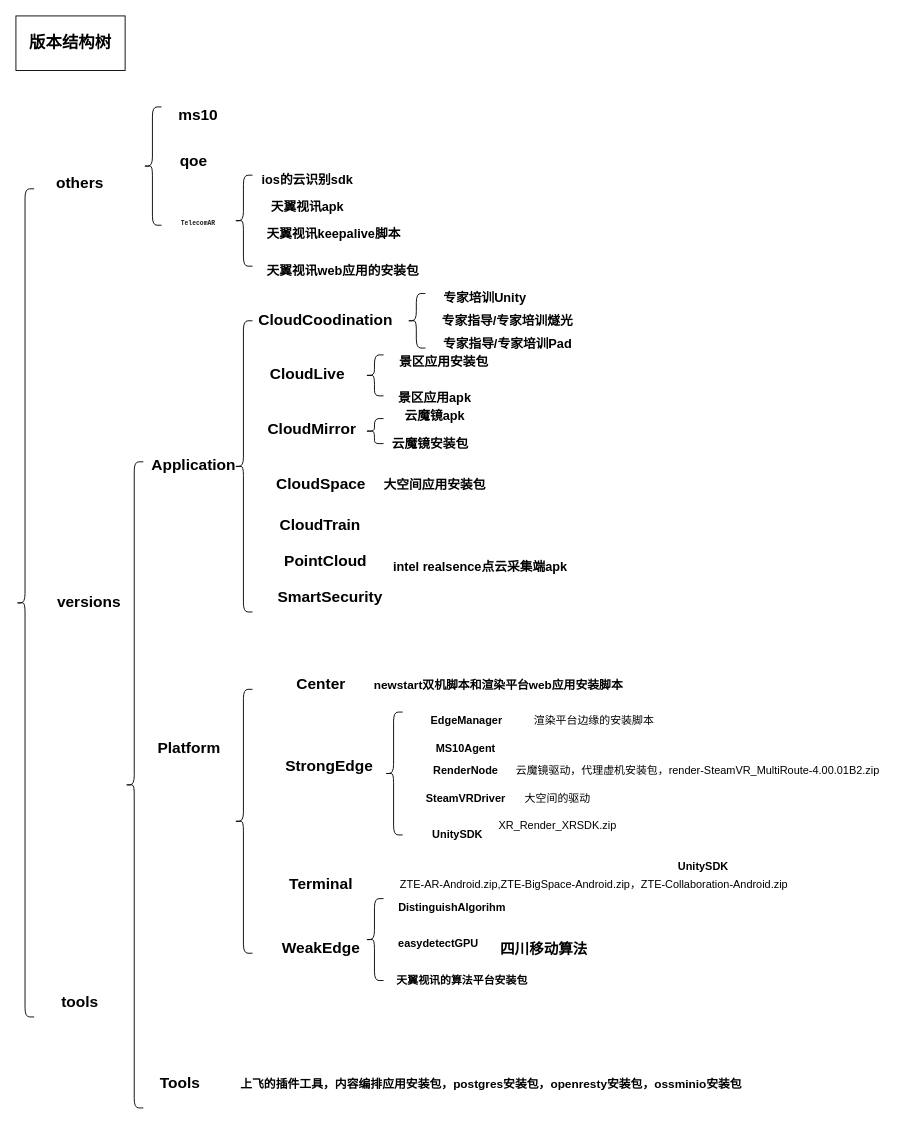
Earlier version of the draw.io diagram page "Page-1" (1 of 2) of Untitled Diagram.drawio (xiaoyuanwu123/notes). Source tidied: cells renumbered, new cells numbered last; positions are measured from the earlier drawing's top-left corner, leaving out a move shared by most shapes. Both pictures are drawn from the tidied source at 91%, with x=0, y=0 at pixel (15, 15).
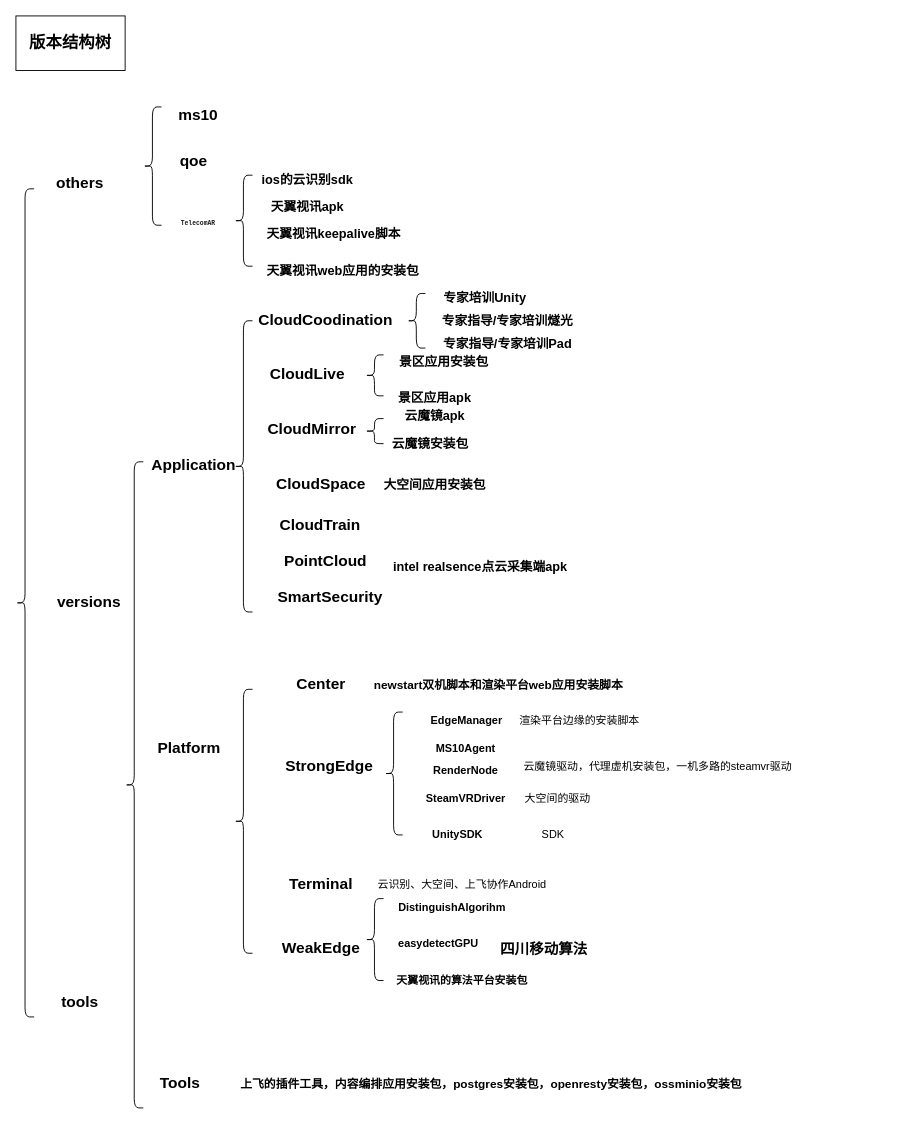
After the change.

Commit message:
版本包的机构图.drawio

What changed in the source:
```diff
@@
     <mxCell id="53" value="渲染平台边缘的安装脚本" style="text;html=1;align=center;verticalAlign=middle;fillColor=none;strokeColor=none;rounded=0;fontStyle=0;fontSize=12;" parent="1" vertex="1">
-      <mxGeometry x="560" y="765" width="150" height="20" as="geometry" />
+      <mxGeometry x="544" y="765" width="150" height="20" as="geometry" />
     </mxCell>
-    <mxCell id="54" value="云魔镜驱动，代理虚机安装包，render-SteamVR_MultiRoute-4.00.01B2.zip" style="text;html=1;align=center;verticalAlign=middle;fillColor=none;strokeColor=none;rounded=0;fontStyle=0;fontSize=12;" parent="1" vertex="1">
-      <mxGeometry x="544" y="820" width="410" height="20" as="geometry" />
+    <mxCell id="54" value="云魔镜驱动，代理虚机安装包，一机多路的steamvr驱动" style="text;html=1;align=center;verticalAlign=middle;fillColor=none;strokeColor=none;rounded=0;fontStyle=0;fontSize=12;" parent="1" vertex="1">
+      <mxGeometry x="550" y="815" width="310" height="20" as="geometry" />
     </mxCell>
@@
-    <mxCell id="56" value="XR_Render_XRSDK.zip" style="text;html=1;align=center;verticalAlign=middle;fillColor=none;strokeColor=none;rounded=0;fontStyle=0;fontSize=12;" parent="1" vertex="1">
-      <mxGeometry x="525" y="880" width="140" height="20" as="geometry" />
+    <mxCell id="56" value="SDK" style="text;html=1;align=center;verticalAlign=middle;fillColor=none;strokeColor=none;rounded=0;fontStyle=0;fontSize=12;" parent="1" vertex="1">
+      <mxGeometry x="570" y="890" width="40" height="20" as="geometry" />
     </mxCell>
-    <mxCell id="57" value="ZTE-AR-Android.zip,ZTE-BigSpace-Android.zip，ZTE-Collaboration-Android.zip" style="text;html=1;align=center;verticalAlign=middle;fillColor=none;strokeColor=none;rounded=0;fontStyle=0;fontSize=12;" parent="1" vertex="1">
-      <mxGeometry x="415" y="945" width="440" height="20" as="geometry" />
+    <mxCell id="57" value="云识别、大空间、上飞协作Android" style="text;html=1;align=center;verticalAlign=middle;fillColor=none;strokeColor=none;rounded=0;fontStyle=0;fontSize=12;" parent="1" vertex="1">
+      <mxGeometry x="390" y="945" width="200" height="20" as="geometry" />
     </mxCell>
@@
-    <mxCell id="62" value="UnitySDK" style="text;html=1;align=center;verticalAlign=middle;fillColor=none;strokeColor=none;rounded=0;fontStyle=1;fontSize=12;" parent="1" vertex="1">
-      <mxGeometry x="720" y="925" width="70" height="20" as="geometry" />
-    </mxCell>
```
